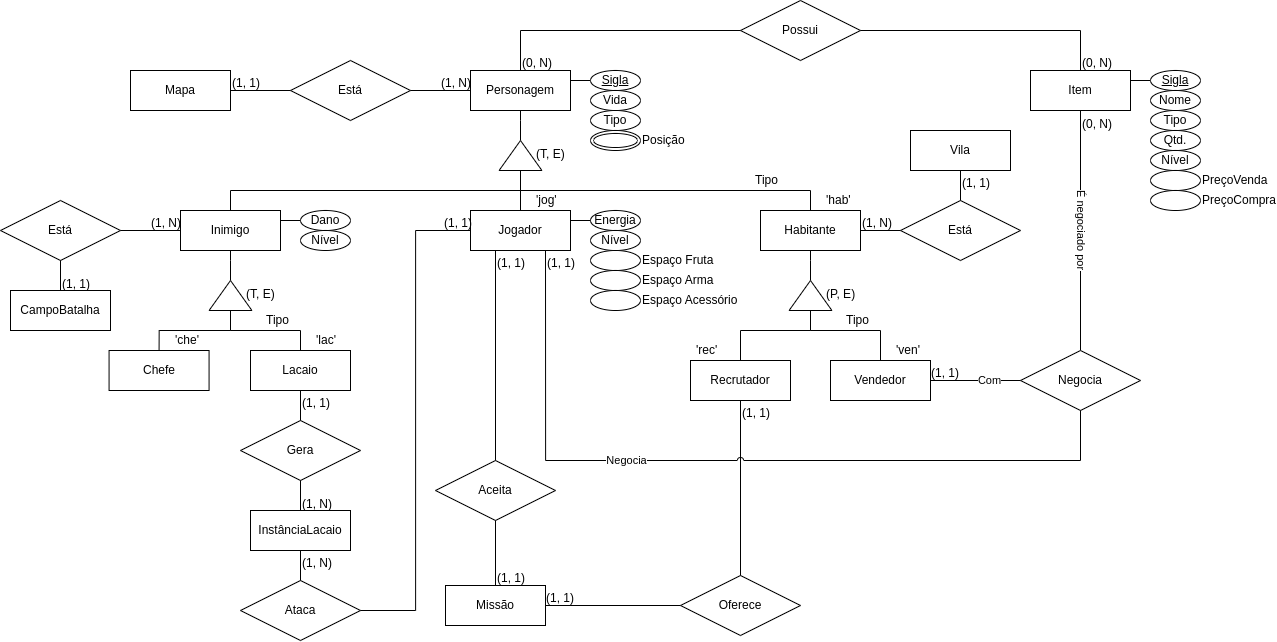
Earlier version of the draw.io export docs/assets/diagrama-entidade-relacionamento-personagem-v1.0.png (SBD1/2025.1-Marventura). Source tidied: cells renumbered, new cells last; positions are measured from the earlier drawing's top-left corner, leaving out a move shared by most shapes.
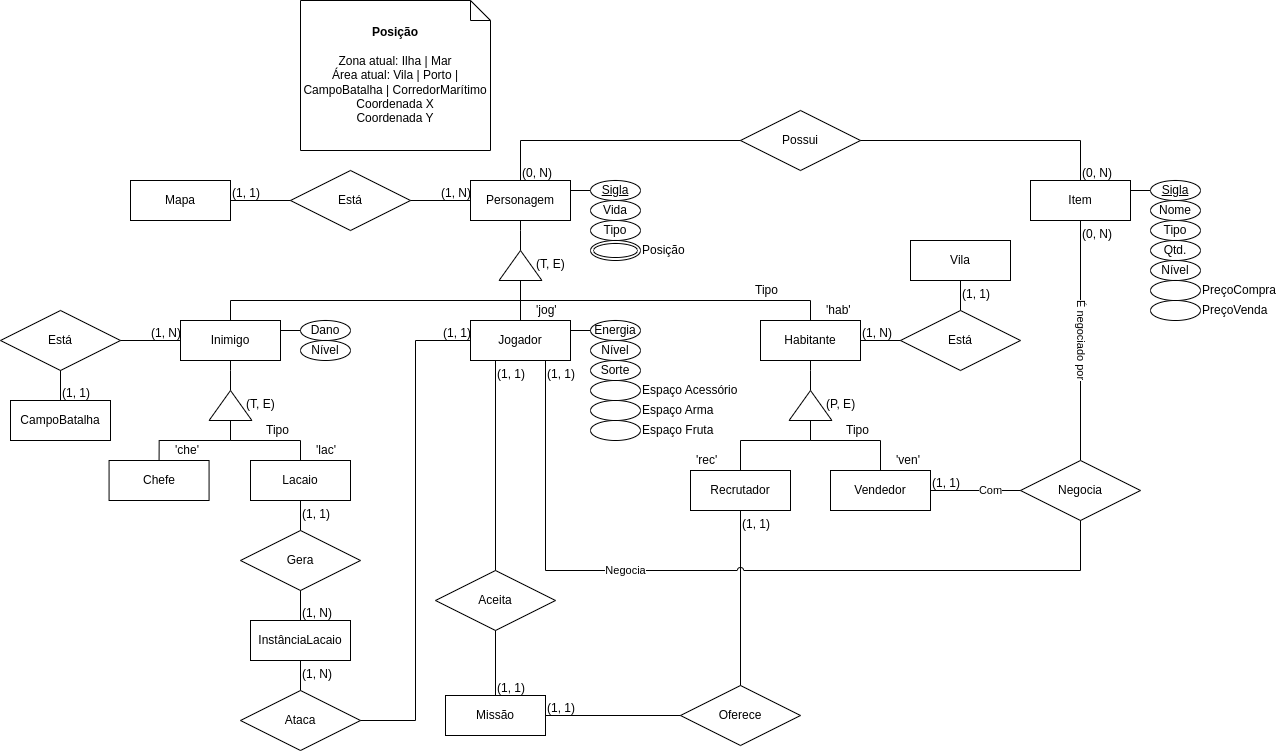
After the commit.

Commit message:
Adição da versão 2.0 do diagrama de personagens

Change to the diagram source:
```diff
@@ -101,13 +101,13 @@
       <mxGeometry x="590" y="210" width="50" height="20" as="geometry" />
     </mxCell>
     <mxCell id="28" value="Espaço Fruta" style="ellipse;html=1;align=left;labelPosition=right;verticalLabelPosition=middle;verticalAlign=middle;" parent="1" vertex="1">
-      <mxGeometry x="590" y="250" width="50" height="20" as="geometry" />
+      <mxGeometry x="590" y="310" width="50" height="20" as="geometry" />
     </mxCell>
     <mxCell id="29" value="Espaço Arma" style="ellipse;html=1;align=left;labelPosition=right;verticalLabelPosition=middle;verticalAlign=middle;" parent="1" vertex="1">
-      <mxGeometry x="590" y="270" width="50" height="20" as="geometry" />
+      <mxGeometry x="590" y="290" width="50" height="20" as="geometry" />
     </mxCell>
     <mxCell id="30" value="Espaço Acessório" style="ellipse;html=1;align=left;labelPosition=right;verticalLabelPosition=middle;verticalAlign=middle;spacingTop=0;" parent="1" vertex="1">
-      <mxGeometry x="590" y="290" width="50" height="20" as="geometry" />
+      <mxGeometry x="590" y="270" width="50" height="20" as="geometry" />
     </mxCell>
     <mxCell id="31" value="InstânciaLacaio" style="whiteSpace=wrap;html=1;align=center;" parent="1" vertex="1">
       <mxGeometry x="250" y="510" width="100" height="40" as="geometry" />
@@ -176,10 +176,10 @@
       <mxGeometry x="1150" y="150" width="50" height="20" as="geometry" />
     </mxCell>
     <mxCell id="51" value="PreçoVenda" style="ellipse;whiteSpace=wrap;html=1;align=left;labelPosition=right;verticalLabelPosition=middle;verticalAlign=middle;" parent="1" vertex="1">
-      <mxGeometry x="1150" y="170" width="50" height="20" as="geometry" />
+      <mxGeometry x="1150" y="190" width="50" height="20" as="geometry" />
     </mxCell>
     <mxCell id="52" value="PreçoCompra" style="ellipse;whiteSpace=wrap;html=1;align=left;labelPosition=right;verticalLabelPosition=middle;verticalAlign=middle;" parent="1" vertex="1">
-      <mxGeometry x="1150" y="190" width="50" height="20" as="geometry" />
+      <mxGeometry x="1150" y="170" width="50" height="20" as="geometry" />
     </mxCell>
     <mxCell id="53" style="endArrow=none;html=1;rounded=0;exitX=1;exitY=0.5;exitDx=0;exitDy=0;entryX=0.5;entryY=0;entryDx=0;entryDy=0;labelPosition=right;verticalLabelPosition=bottom;align=left;verticalAlign=top;edgeStyle=orthogonalEdgeStyle;" parent="1" edge="1" source="15" target="16">
       <mxGeometry relative="1" as="geometry" />
@@ -358,5 +358,11 @@
     <mxCell id="109" value="Nome" style="ellipse;whiteSpace=wrap;html=1;align=center;" parent="1" vertex="1">
       <mxGeometry x="1150" y="90" width="50" height="20" as="geometry" />
     </mxCell>
+    <mxCell id="110" value="Sorte" style="ellipse;whiteSpace=wrap;html=1;align=center;" parent="1" vertex="1">
+      <mxGeometry x="590" y="250" width="50" height="20" as="geometry" />
+    </mxCell>
+    <mxCell id="111" value="&lt;b&gt;Posição&lt;/b&gt;&lt;div&gt;&lt;b&gt;&lt;br&gt;&lt;/b&gt;&lt;div&gt;&lt;span style=&quot;background-color: transparent; color: light-dark(rgb(0, 0, 0), rgb(255, 255, 255));&quot;&gt;Zona atual: Ilha | Mar&lt;/span&gt;&lt;div&gt;Área atual: Vila | Porto | CampoBatalha | CorredorMarítimo&lt;/div&gt;&lt;div&gt;Coordenada X&lt;/div&gt;&lt;div&gt;Coordenada Y&lt;/div&gt;&lt;/div&gt;&lt;/div&gt;" style="shape=note;size=20;whiteSpace=wrap;html=1;align=center;" parent="1" vertex="1">
+      <mxGeometry x="300" y="-110" width="190" height="150" as="geometry" />
+    </mxCell>
   </root>
 </mxGraphModel>
```
